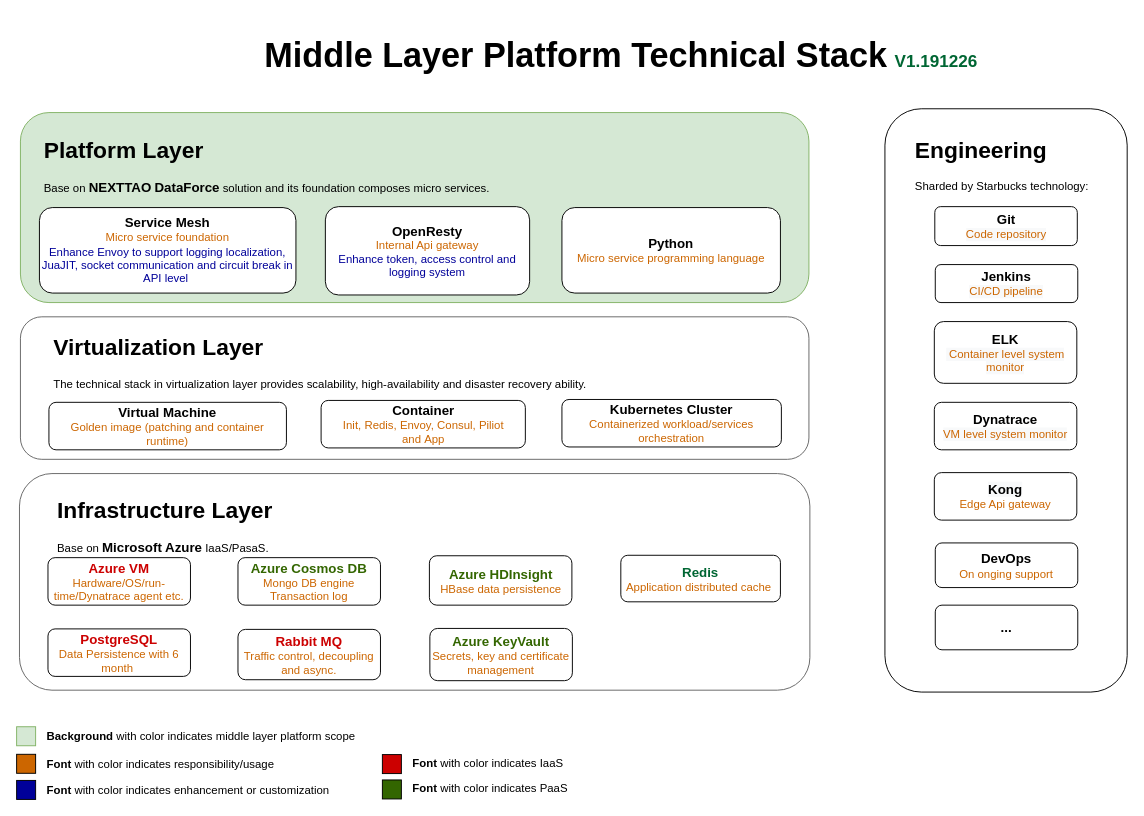
This is page "MLP - Technical Stack" (1 of 3) of Mid Layer Platform Technical Arch.drawio from sotheair/designs, a draw.io file, before an edit. Source tidied: cells renumbered, new cells numbered last; positions are measured from the earlier drawing's top-left corner, leaving out a move shared by most shapes. Both pictures are drawn from the tidied source at 95%, with x=0, y=0 at pixel (16, 46).
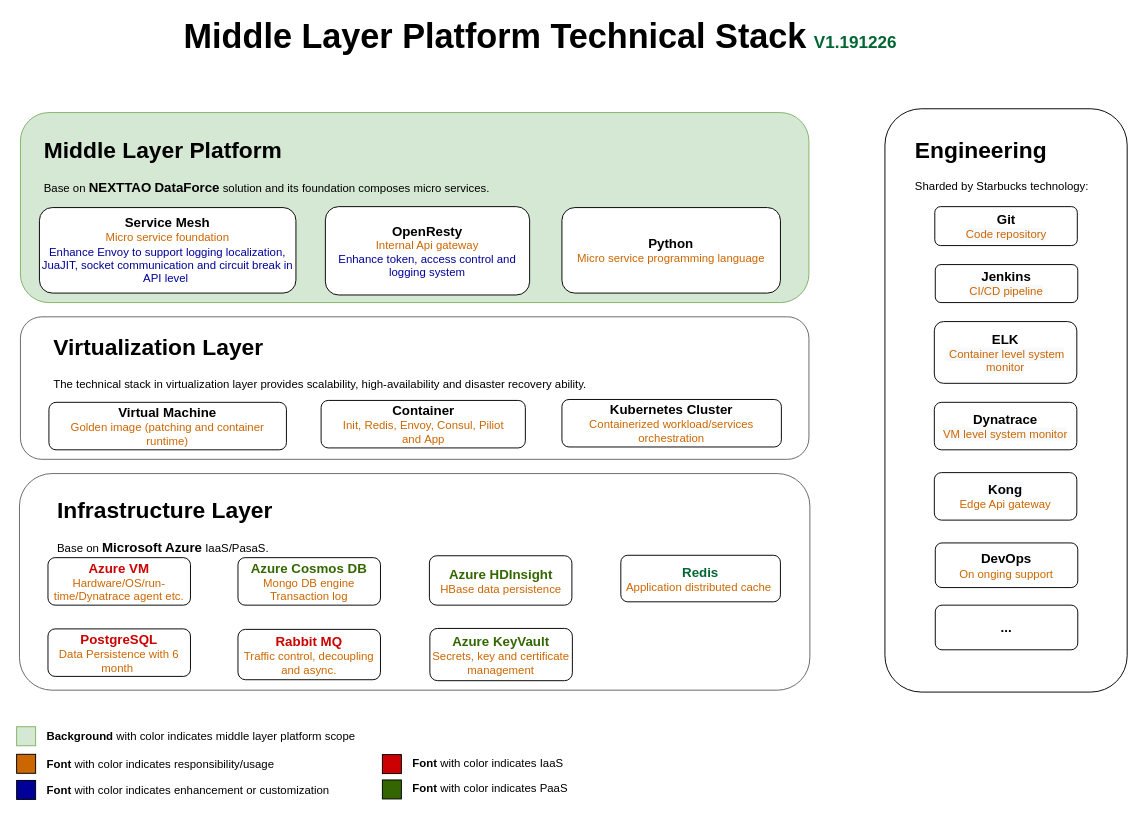
The same page after the edit.

Diff of the diagram source:
```diff
@@
-    <mxCell id="3" value="&lt;h1&gt;Platform Layer&lt;/h1&gt;&lt;p&gt;Base on &lt;b&gt;&lt;font style=&quot;font-size: 14px&quot;&gt;NEXTTAO&lt;/font&gt;&lt;/b&gt;&amp;nbsp;&lt;b&gt;&lt;font style=&quot;font-size: 14px&quot;&gt;DataForce&lt;/font&gt;&lt;/b&gt; solution and its foundation composes micro services.&amp;nbsp;&lt;/p&gt;" style="text;html=1;strokeColor=none;fillColor=none;spacing=5;spacingTop=-20;whiteSpace=wrap;overflow=hidden;rounded=0;" parent="1" vertex="1">
-      <mxGeometry x="24" y="90" width="490" height="100" as="geometry" />
+    <mxCell id="3" value="&lt;h1&gt;Middle Layer Platform&lt;/h1&gt;&lt;p&gt;Base on &lt;b&gt;&lt;font style=&quot;font-size: 14px&quot;&gt;NEXTTAO&lt;/font&gt;&lt;/b&gt;&amp;nbsp;&lt;b&gt;&lt;font style=&quot;font-size: 14px&quot;&gt;DataForce&lt;/font&gt;&lt;/b&gt; solution and its foundation composes micro services.&amp;nbsp;&lt;/p&gt;" style="text;html=1;strokeColor=none;fillColor=none;spacing=5;spacingTop=-20;whiteSpace=wrap;overflow=hidden;rounded=0;" parent="1" vertex="1">
+      <mxGeometry x="24" y="90" width="490" height="80" as="geometry" />
     </mxCell>
@@
     <mxCell id="12" value="&lt;font style=&quot;font-size: 36px&quot;&gt;Middle Layer Platform Technical&amp;nbsp;Stack&lt;/font&gt;&lt;font&gt;&lt;font style=&quot;font-size: 28px&quot;&gt;&amp;nbsp;&lt;span style=&quot;color: rgb(0 , 102 , 51) ; font-size: 18px&quot;&gt;V&lt;/span&gt;&lt;/font&gt;&lt;font style=&quot;font-size: 18px&quot; color=&quot;#006633&quot;&gt;1.191226&lt;/font&gt;&lt;br&gt;&lt;/font&gt;" style="text;html=1;strokeColor=none;fillColor=none;align=center;verticalAlign=middle;whiteSpace=wrap;rounded=0;fontStyle=1;" parent="1" vertex="1">
-      <mxGeometry x="159" width="955" height="20" as="geometry" />
+      <mxGeometry x="74" y="-20" width="955" height="20" as="geometry" />
     </mxCell>
```
